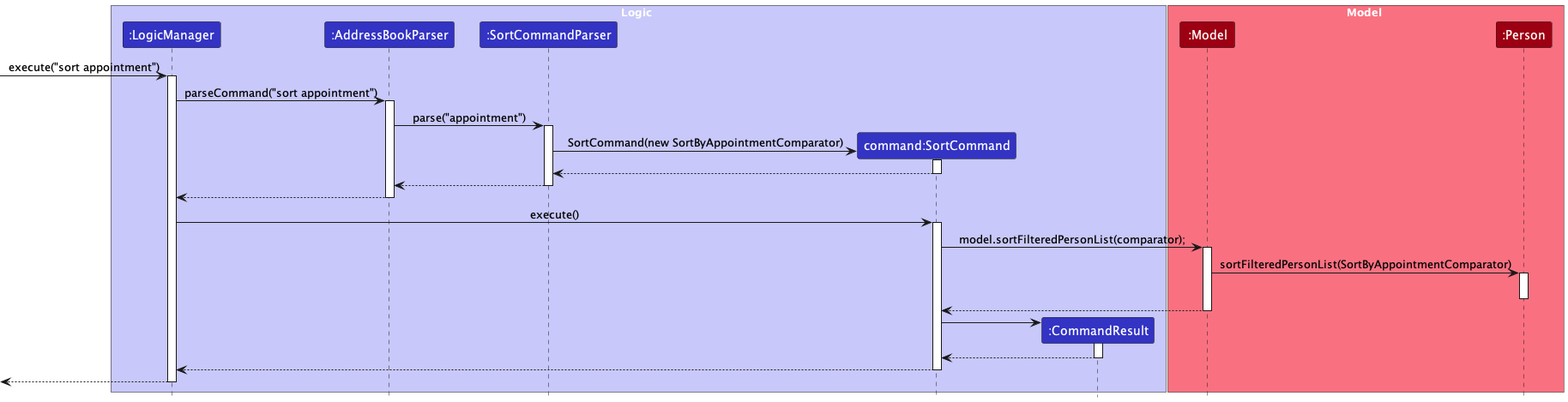
Above: docs/images/SortClassSequenceDiagram.png in nus-cs2103-AY2324S1/tp (PlantUML), before the change.
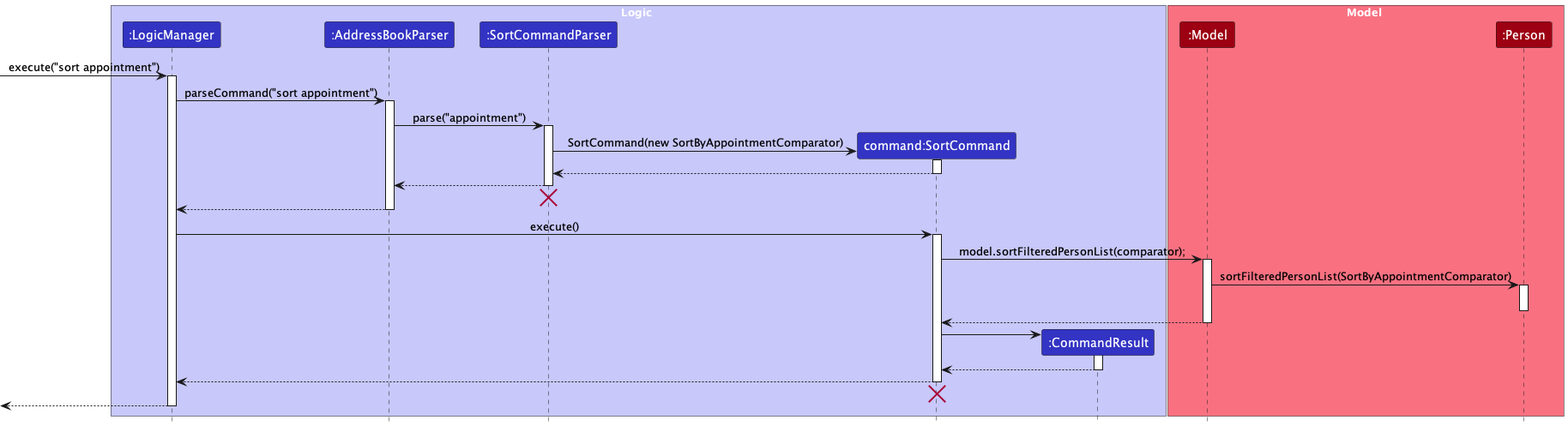
The same file after the commit.

The edit, as a diff of the source:
```diff
@@ -34,6 +34,8 @@
 
 SortCommandParser --> AddressBookParser
 deactivate SortCommandParser
+SortCommandParser -[hidden]-> AddressBookParser
+destroy SortCommandParser
 
 AddressBookParser --> LogicManager
 deactivate AddressBookParser
@@ -58,6 +60,9 @@
 SortCommand --> LogicManager
 deactivate SortCommand
 
+SortCommandParser -[hidden]-> AddressBookParser
+destroy SortCommand
+
 [<-- LogicManager
 deactivate LogicManager
 
```
